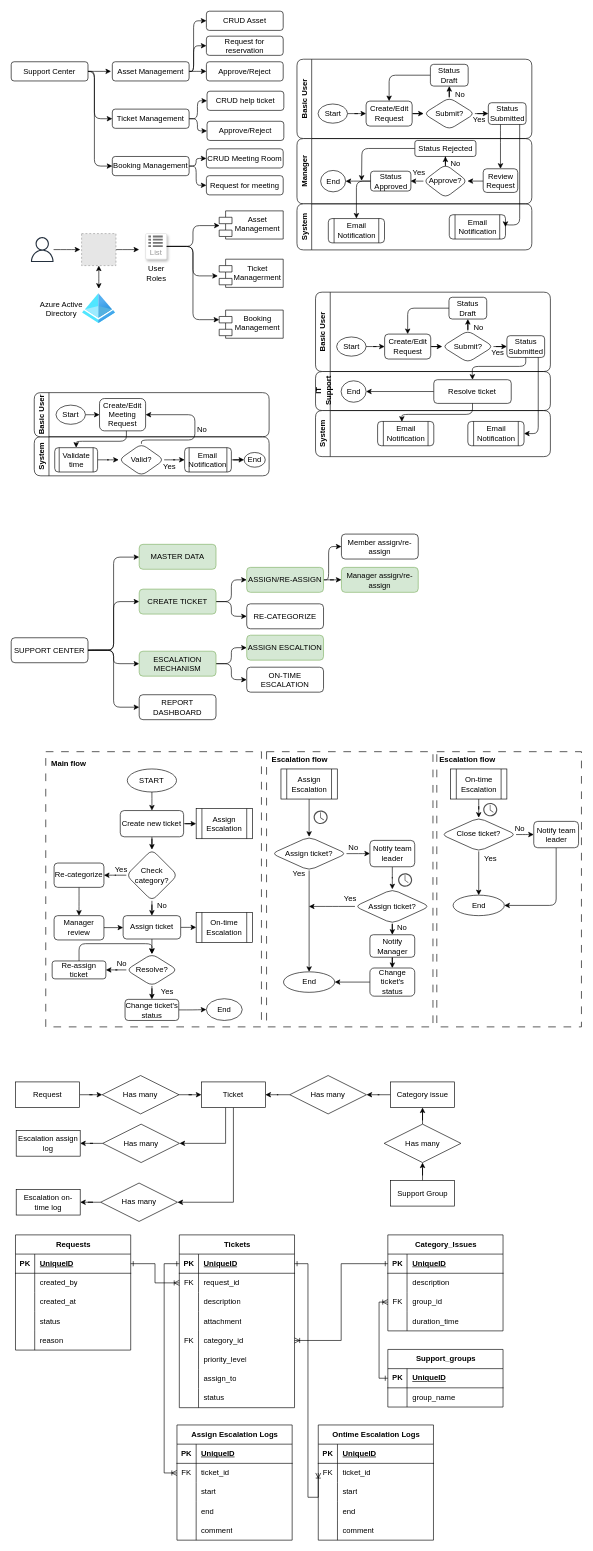
This is Sketchs/MySketch.drawio from DataTeamBP/MyDrawIO, a draw.io file, before an edit. Source tidied: cells renumbered, new cells numbered last; positions are measured from the earlier drawing's top-left corner, leaving out a move shared by most shapes. Both pictures are drawn from the tidied source at 64%, with x=0, y=0 at pixel (11, 11). Pictures stored in the file or linked from it are replaced by grey dashed boxes.
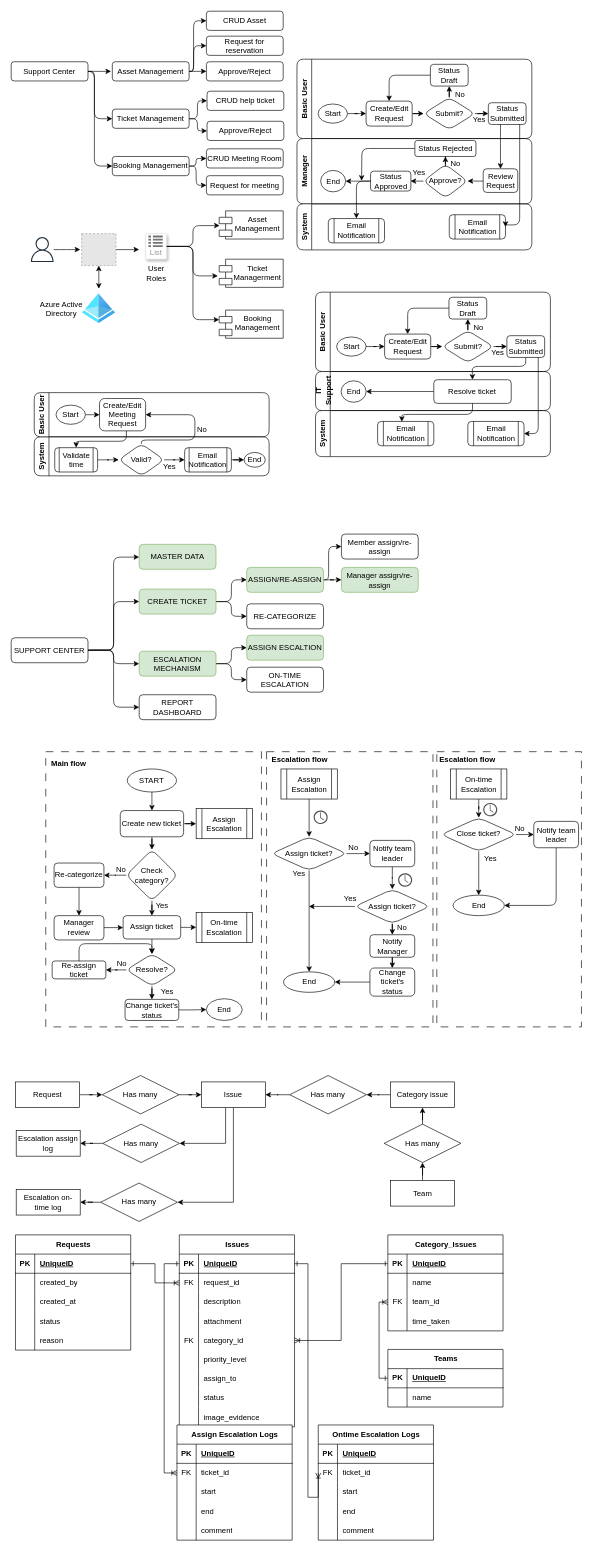
The same page after the edit.

The change refers to these unchanged cells:
```xml
<mxCell id="256" style="shape=tableRow;horizontal=0;startSize=0;swimlaneHead=0;swimlaneBody=0;fillColor=none;top=0;left=0;right=0;bottom=0;" parent="252" vertex="1">
  <mxGeometry y="60" width="180" height="30" as="geometry" />
</mxCell>
<mxCell id="259" style="shape=tableRow;horizontal=0;startSize=0;swimlaneHead=0;swimlaneBody=0;fillColor=none;points=[[0,0.5],[1,0.5]];portConstraint=eastwest;top=0;left=0;right=0;bottom=0;" parent="252" vertex="1">
  <mxGeometry y="90" width="180" height="30" as="geometry" />
</mxCell>
<mxCell id="262" style="shape=tableRow;horizontal=0;startSize=0;swimlaneHead=0;swimlaneBody=0;fillColor=none;top=0;left=0;right=0;bottom=0;" parent="252" vertex="1">
  <mxGeometry y="120" width="180" height="30" as="geometry" />
</mxCell>
<mxCell id="271" style="shape=tableRow;horizontal=0;startSize=0;swimlaneHead=0;swimlaneBody=0;fillColor=none;top=0;left=0;right=0;bottom=0;" parent="267" vertex="1">
  <mxGeometry y="60" width="180" height="30" as="geometry" />
</mxCell>
```

The edit, as a diff of the source:
```diff
@@
-    <mxCell id="193" value="No" style="text;html=1;align=center;verticalAlign=middle;whiteSpace=wrap;rounded=1;" parent="1" vertex="1">
+    <mxCell id="193" value="Yes" style="text;html=1;align=center;verticalAlign=middle;whiteSpace=wrap;rounded=1;" parent="1" vertex="1">
       <mxGeometry x="216" y="1385" width="40" height="23" as="geometry" />
     </mxCell>
-    <mxCell id="194" value="Yes" style="text;html=1;align=center;verticalAlign=middle;whiteSpace=wrap;rounded=1;" parent="1" vertex="1">
+    <mxCell id="194" value="No" style="text;html=1;align=center;verticalAlign=middle;whiteSpace=wrap;rounded=1;" parent="1" vertex="1">
       <mxGeometry x="151.8" y="1329" width="40" height="23" as="geometry" />
     </mxCell>
@@
-    <mxCell id="204" value="Ticket" style="whiteSpace=wrap;html=1;align=center;" parent="1" vertex="1">
+    <mxCell id="204" value="Issue" style="whiteSpace=wrap;html=1;align=center;" parent="1" vertex="1">
       <mxGeometry x="297.2" y="1673" width="100" height="40" as="geometry" />
     </mxCell>
@@
-    <mxCell id="227" value="Tickets" style="shape=table;startSize=30;childLayout=tableLayout;rowLines=0;fontStyle=1;align=center;html=1;" parent="1" vertex="1">
-      <mxGeometry x="262.7" y="1912" width="180" height="270" as="geometry" />
+    <mxCell id="227" value="Issues" style="shape=table;startSize=30;childLayout=tableLayout;rowLines=0;fontStyle=1;align=center;html=1;" parent="1" vertex="1">
+      <mxGeometry x="262.7" y="1912" width="180" height="300" as="geometry" />
     </mxCell>
@@
+    <mxCell id="317" style="shape=tableRow;horizontal=0;startSize=0;swimlaneHead=0;swimlaneBody=0;fillColor=none;top=0;left=0;right=0;bottom=0;" parent="227" vertex="1">
+      <mxGeometry y="270" width="180" height="30" as="geometry" />
+    </mxCell>
+    <mxCell id="318" style="shape=partialRectangle;fillColor=none;top=0;left=0;bottom=0;right=0;overflow=hidden;whiteSpace=wrap;html=1;" parent="317" vertex="1">
+      <mxGeometry width="30" height="30" as="geometry" />
+    </mxCell>
+    <mxCell id="319" value="image_evidence" style="shape=partialRectangle;fillColor=none;top=0;left=0;bottom=0;right=0;align=left;spacingLeft=6;overflow=hidden;whiteSpace=wrap;html=1;" parent="317" vertex="1">
+      <mxGeometry x="30" width="150" height="30" as="geometry" />
+    </mxCell>
@@
-    <mxCell id="258" value="description" style="shape=partialRectangle;fillColor=none;top=0;left=0;bottom=0;right=0;align=left;spacingLeft=6;overflow=hidden;whiteSpace=wrap;html=1;" parent="256" vertex="1">
+    <mxCell id="258" value="name" style="shape=partialRectangle;fillColor=none;top=0;left=0;bottom=0;right=0;align=left;spacingLeft=6;overflow=hidden;whiteSpace=wrap;html=1;" parent="256" vertex="1">
       <mxGeometry x="30" width="150" height="30" as="geometry" />
     </mxCell>
@@
-    <mxCell id="261" value="group_id" style="shape=partialRectangle;fillColor=none;top=0;left=0;bottom=0;right=0;align=left;spacingLeft=6;overflow=hidden;whiteSpace=wrap;html=1;" parent="259" vertex="1">
+    <mxCell id="261" value="team_id" style="shape=partialRectangle;fillColor=none;top=0;left=0;bottom=0;right=0;align=left;spacingLeft=6;overflow=hidden;whiteSpace=wrap;html=1;" parent="259" vertex="1">
       <mxGeometry x="30" width="150" height="30" as="geometry" />
     </mxCell>
@@
-    <mxCell id="264" value="duration_time" style="shape=partialRectangle;fillColor=none;top=0;left=0;bottom=0;right=0;align=left;spacingLeft=6;overflow=hidden;whiteSpace=wrap;html=1;" parent="262" vertex="1">
+    <mxCell id="264" value="time_taken" style="shape=partialRectangle;fillColor=none;top=0;left=0;bottom=0;right=0;align=left;spacingLeft=6;overflow=hidden;whiteSpace=wrap;html=1;" parent="262" vertex="1">
       <mxGeometry x="30" width="150" height="30" as="geometry" />
     </mxCell>
@@
-    <mxCell id="266" value="Support Group" style="whiteSpace=wrap;html=1;align=center;" parent="1" vertex="1">
+    <mxCell id="266" value="Team" style="whiteSpace=wrap;html=1;align=center;" parent="1" vertex="1">
       <mxGeometry x="592.7" y="1827" width="100" height="40" as="geometry" />
     </mxCell>
-    <mxCell id="267" value="Support_groups" style="shape=table;startSize=30;childLayout=tableLayout;rowLines=0;fontStyle=1;align=center;html=1;" parent="1" vertex="1">
+    <mxCell id="267" value="Teams" style="shape=table;startSize=30;childLayout=tableLayout;rowLines=0;fontStyle=1;align=center;html=1;" parent="1" vertex="1">
       <mxGeometry x="588.5" y="2091" width="180" height="90" as="geometry" />
     </mxCell>
@@
-    <mxCell id="273" value="group_name" style="shape=partialRectangle;fillColor=none;top=0;left=0;bottom=0;right=0;align=left;spacingLeft=6;overflow=hidden;whiteSpace=wrap;html=1;" parent="271" vertex="1">
+    <mxCell id="273" value="name" style="shape=partialRectangle;fillColor=none;top=0;left=0;bottom=0;right=0;align=left;spacingLeft=6;overflow=hidden;whiteSpace=wrap;html=1;" parent="271" vertex="1">
       <mxGeometry x="30" width="150" height="30" as="geometry" />
     </mxCell>
```
